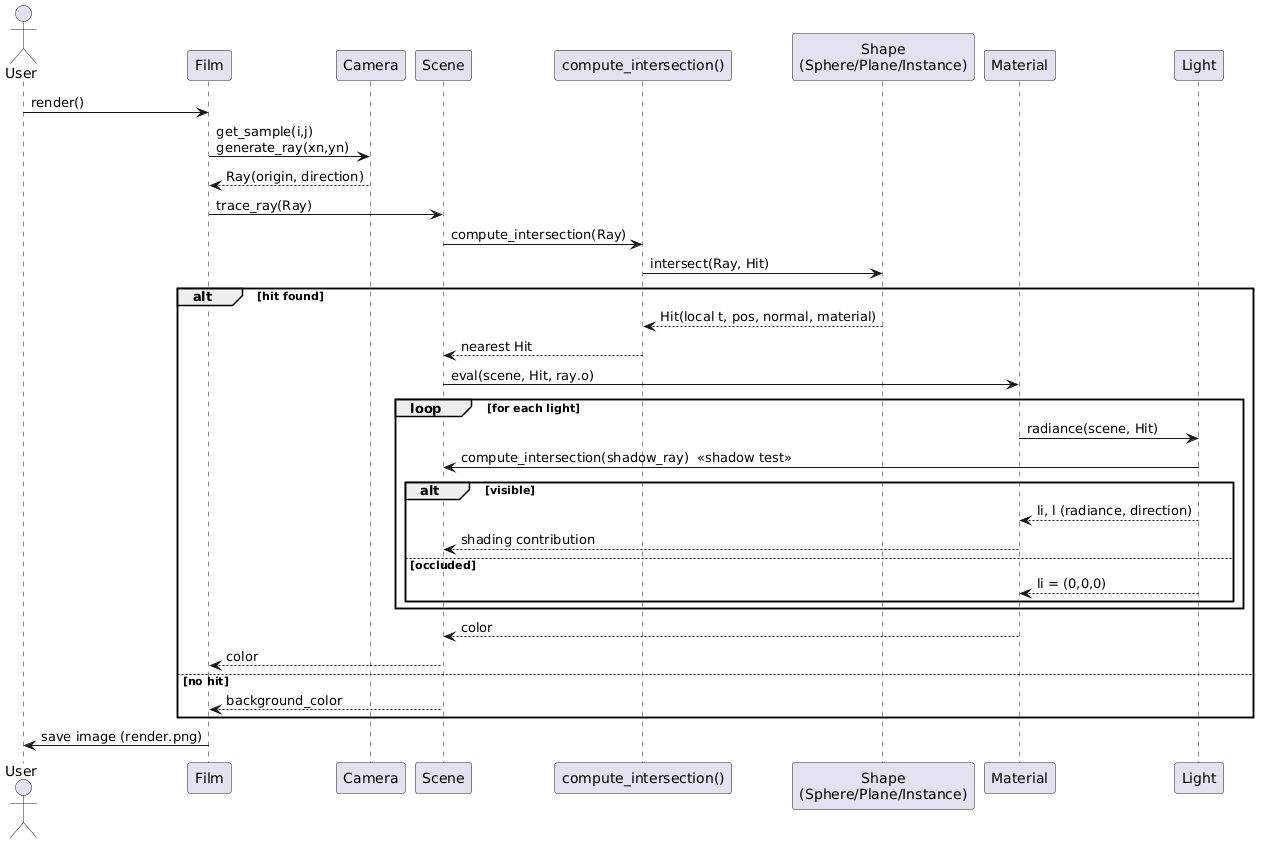
This is ray_tracing_1.png from yangricardo/INF2608-comp-grafica, a PlantUML export, as it was before one commit.
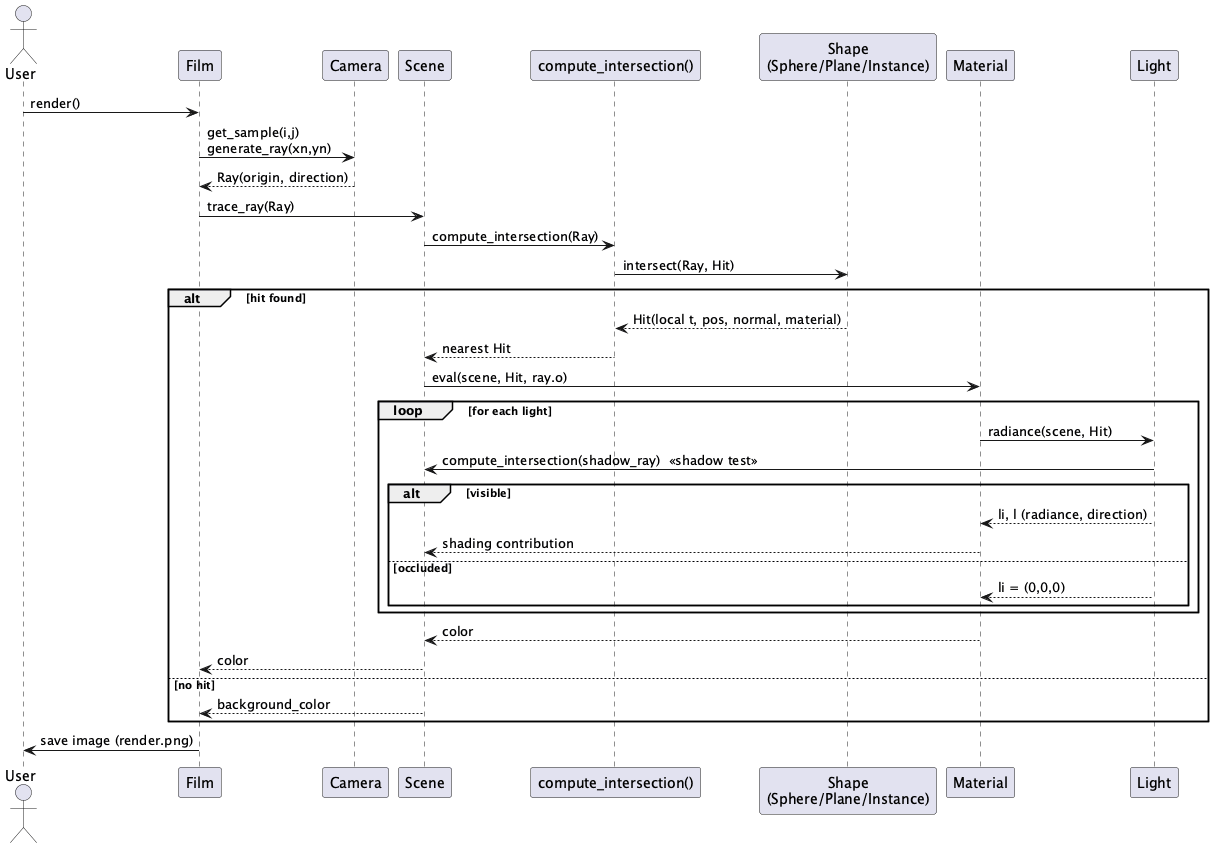
The same diagram one commit later.

Commit message:
feat: add new scene for wall lights and update class diagram, add new ray tracing images

What changed in the source:
```diff
@@ -1,4 +1,4 @@
-@startuml
+@startuml ray_tracing_1.puml
 actor User
 participant Film
 participant Camera
```
